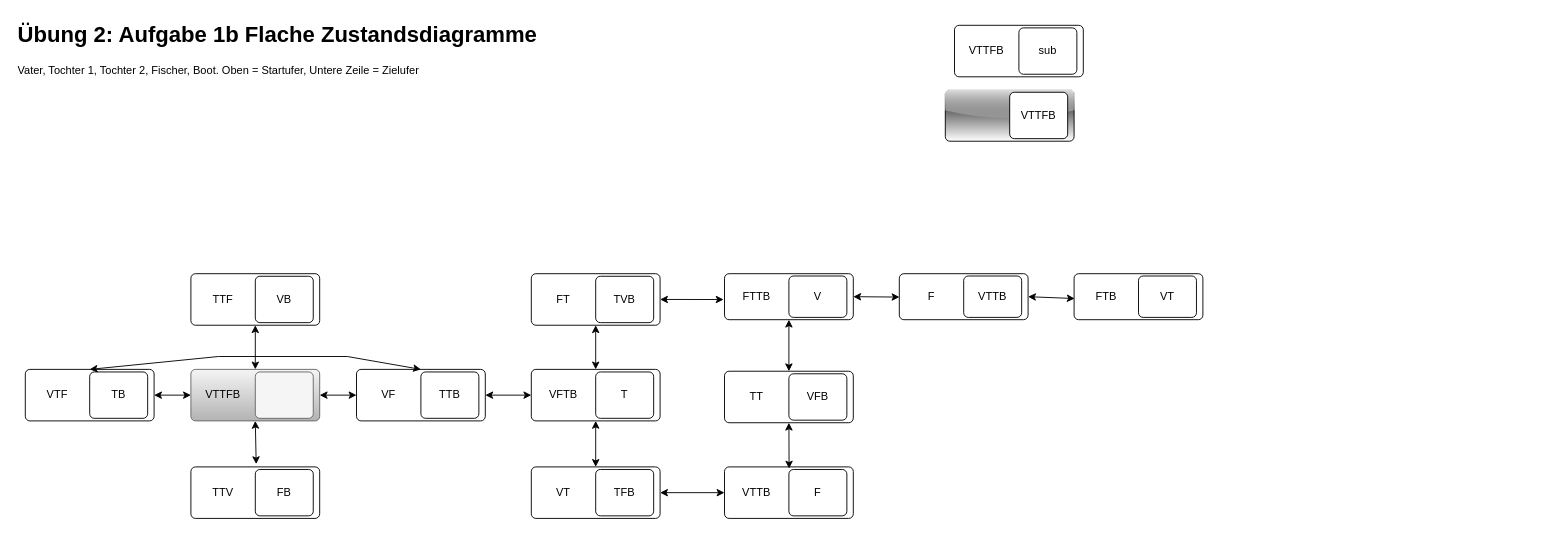
Above: Uebungen/Blatt02/U2A1b.drawio in Chima207/Modellierung-Untertitel (draw.io), before the change. Source tidied: cells renumbered, new cells numbered last; positions are measured from the earlier drawing's top-left corner, leaving out a move shared by most shapes. Both pictures are drawn from the tidied source at 92%, with x=0, y=0 at pixel (16, 16).
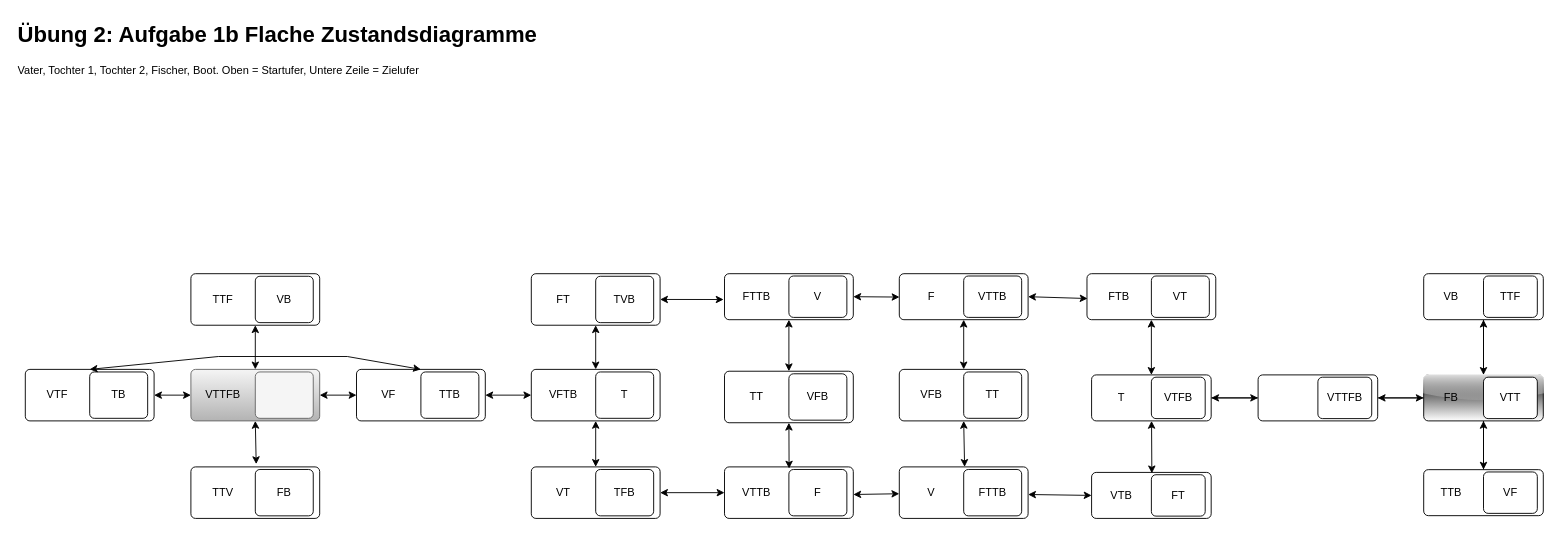
After the change.

Change to the diagram source:
```diff
@@
-    <mxCell id="6" style="rounded=1;absoluteArcSize=1;html=1;arcSize=10;" parent="1" vertex="1">
-      <mxGeometry x="1020" y="10" width="140" height="56" as="geometry" />
-    </mxCell>
-    <mxCell id="7" value="VTTFB" style="html=1;shape=mxgraph.er.anchor;whiteSpace=wrap;" parent="6" vertex="1">
-      <mxGeometry width="70" height="56" as="geometry" />
-    </mxCell>
-    <mxCell id="8" value="sub" style="rounded=1;absoluteArcSize=1;html=1;arcSize=10;whiteSpace=wrap;strokeColor=inherit;fillColor=inherit;" parent="6" vertex="1">
-      <mxGeometry x="70" y="2.8" width="63" height="50.4" as="geometry" />
-    </mxCell>
@@
-    <mxCell id="17" style="rounded=1;absoluteArcSize=1;html=1;arcSize=10;gradientDirection=north;gradientColor=default;fillColor=default;shadow=0;glass=1;" parent="1" vertex="1">
-      <mxGeometry x="1010" y="80" width="140" height="56" as="geometry" />
-    </mxCell>
-    <mxCell id="18" style="html=1;shape=mxgraph.er.anchor;whiteSpace=wrap;" parent="17" vertex="1">
-      <mxGeometry width="70" height="56" as="geometry" />
-    </mxCell>
-    <mxCell id="19" value="VTTFB" style="rounded=1;absoluteArcSize=1;html=1;arcSize=10;whiteSpace=wrap;strokeColor=inherit;fillColor=inherit;" parent="17" vertex="1">
-      <mxGeometry x="70" y="2.8" width="63" height="50.4" as="geometry" />
-    </mxCell>
@@
     <mxCell id="58" style="rounded=1;absoluteArcSize=1;html=1;arcSize=10;" parent="1" vertex="1">
-      <mxGeometry x="1150" y="280" width="140" height="50" as="geometry" />
+      <mxGeometry x="1164" y="280" width="140" height="50" as="geometry" />
     </mxCell>
@@
+    <mxCell id="62" style="rounded=1;absoluteArcSize=1;html=1;arcSize=10;" parent="1" vertex="1">
+      <mxGeometry x="960" y="490" width="140" height="56" as="geometry" />
+    </mxCell>
+    <mxCell id="63" value="V" style="html=1;shape=mxgraph.er.anchor;whiteSpace=wrap;" parent="62" vertex="1">
+      <mxGeometry width="70" height="56" as="geometry" />
+    </mxCell>
+    <mxCell id="64" value="FTTB" style="rounded=1;absoluteArcSize=1;html=1;arcSize=10;whiteSpace=wrap;strokeColor=inherit;fillColor=inherit;" parent="62" vertex="1">
+      <mxGeometry x="70" y="2.8" width="63" height="50.4" as="geometry" />
+    </mxCell>
+    <mxCell id="65" style="endArrow=classic;startArrow=classic;html=1;rounded=0;exitX=0;exitY=0.5;exitDx=0;exitDy=0;" parent="62" edge="1" source="72">
+      <mxGeometry relative="1" as="geometry">
+        <mxPoint x="140" y="30" as="targetPoint" />
+      </mxGeometry>
+    </mxCell>
+    <mxCell id="66" style="endArrow=classic;startArrow=classic;html=1;rounded=0;" parent="1" edge="1" target="62">
+      <mxGeometry relative="1" as="geometry">
+        <mxPoint x="910" y="520" as="sourcePoint" />
+      </mxGeometry>
+    </mxCell>
+    <mxCell id="67" style="rounded=1;absoluteArcSize=1;html=1;arcSize=10;" parent="1" vertex="1">
+      <mxGeometry x="960" y="384" width="140" height="56" as="geometry" />
+    </mxCell>
+    <mxCell id="68" value="VFB" style="html=1;shape=mxgraph.er.anchor;whiteSpace=wrap;" parent="67" vertex="1">
+      <mxGeometry width="70" height="56" as="geometry" />
+    </mxCell>
+    <mxCell id="69" value="TT" style="rounded=1;absoluteArcSize=1;html=1;arcSize=10;whiteSpace=wrap;strokeColor=inherit;fillColor=inherit;" parent="67" vertex="1">
+      <mxGeometry x="70" y="2.8" width="63" height="50.4" as="geometry" />
+    </mxCell>
+    <mxCell id="70" style="endArrow=classic;startArrow=classic;html=1;rounded=0;exitX=0.5;exitY=0;exitDx=0;exitDy=0;" parent="1" edge="1" source="67">
+      <mxGeometry relative="1" as="geometry">
+        <mxPoint x="1030" y="330" as="targetPoint" />
+      </mxGeometry>
+    </mxCell>
+    <mxCell id="71" style="endArrow=classic;startArrow=classic;html=1;rounded=0;exitX=1.014;exitY=0;exitDx=0;exitDy=0;exitPerimeter=0;" parent="1" edge="1" source="63">
+      <mxGeometry relative="1" as="geometry">
+        <mxPoint x="1030" y="440" as="targetPoint" />
+      </mxGeometry>
+    </mxCell>
+    <mxCell id="72" style="rounded=1;absoluteArcSize=1;html=1;arcSize=10;" parent="1" vertex="1">
+      <mxGeometry x="1169" y="496" width="130" height="50" as="geometry" />
+    </mxCell>
+    <mxCell id="73" value="VTB" style="html=1;shape=mxgraph.er.anchor;whiteSpace=wrap;" parent="72" vertex="1">
+      <mxGeometry width="65" height="50" as="geometry" />
+    </mxCell>
+    <mxCell id="74" value="FT" style="rounded=1;absoluteArcSize=1;html=1;arcSize=10;whiteSpace=wrap;strokeColor=inherit;fillColor=inherit;" parent="72" vertex="1">
+      <mxGeometry x="65" y="2.5" width="58.5" height="45" as="geometry" />
+    </mxCell>
+    <mxCell id="75" style="edgeStyle=orthogonalEdgeStyle;rounded=0;jettySize=auto;html=1;entryX=0;entryY=0.5;entryDx=0;entryDy=0;" parent="1" edge="1" source="76" target="83">
+      <mxGeometry relative="1" as="geometry" />
+    </mxCell>
+    <mxCell id="76" style="rounded=1;absoluteArcSize=1;html=1;arcSize=10;" parent="1" vertex="1">
+      <mxGeometry x="1169" y="390" width="130" height="50" as="geometry" />
+    </mxCell>
+    <mxCell id="77" value="T" style="html=1;shape=mxgraph.er.anchor;whiteSpace=wrap;" parent="76" vertex="1">
+      <mxGeometry width="65" height="50" as="geometry" />
+    </mxCell>
+    <mxCell id="78" value="VTFB" style="rounded=1;absoluteArcSize=1;html=1;arcSize=10;whiteSpace=wrap;strokeColor=inherit;fillColor=inherit;" parent="76" vertex="1">
+      <mxGeometry x="65" y="2.5" width="58.5" height="45" as="geometry" />
+    </mxCell>
+    <mxCell id="79" style="endArrow=classic;startArrow=classic;html=1;rounded=0;exitX=1.008;exitY=0.02;exitDx=0;exitDy=0;exitPerimeter=0;" parent="1" edge="1" source="73" target="76">
+      <mxGeometry relative="1" as="geometry" />
+    </mxCell>
+    <mxCell id="80" style="endArrow=classic;startArrow=classic;html=1;rounded=0;exitX=0.5;exitY=0;exitDx=0;exitDy=0;entryX=0.5;entryY=1;entryDx=0;entryDy=0;" parent="1" edge="1" source="76" target="58">
+      <mxGeometry relative="1" as="geometry" />
+    </mxCell>
+    <mxCell id="81" style="edgeStyle=orthogonalEdgeStyle;rounded=0;jettySize=auto;html=1;entryX=1;entryY=0.5;entryDx=0;entryDy=0;" parent="1" edge="1" source="83" target="76">
+      <mxGeometry relative="1" as="geometry" />
+    </mxCell>
+    <mxCell id="82" style="edgeStyle=orthogonalEdgeStyle;rounded=0;jettySize=auto;html=1;entryX=0;entryY=0.5;entryDx=0;entryDy=0;" parent="1" edge="1" source="83" target="88">
+      <mxGeometry relative="1" as="geometry" />
+    </mxCell>
+    <mxCell id="83" style="rounded=1;absoluteArcSize=1;html=1;arcSize=10;" parent="1" vertex="1">
+      <mxGeometry x="1350" y="390" width="130" height="50" as="geometry" />
+    </mxCell>
+    <mxCell id="84" style="html=1;shape=mxgraph.er.anchor;whiteSpace=wrap;" parent="83" vertex="1">
+      <mxGeometry width="65" height="50" as="geometry" />
+    </mxCell>
+    <mxCell id="19" value="VTTFB" style="rounded=1;absoluteArcSize=1;html=1;arcSize=10;whiteSpace=wrap;strokeColor=inherit;fillColor=inherit;" parent="83" vertex="1">
+      <mxGeometry x="65" y="2.5" width="58.5" height="45" as="geometry" />
+    </mxCell>
+    <mxCell id="85" style="edgeStyle=orthogonalEdgeStyle;rounded=0;jettySize=auto;html=1;entryX=1;entryY=0.5;entryDx=0;entryDy=0;" parent="1" edge="1" source="88" target="83">
+      <mxGeometry relative="1" as="geometry" />
+    </mxCell>
+    <mxCell id="86" style="edgeStyle=orthogonalEdgeStyle;rounded=0;jettySize=auto;html=1;entryX=0.5;entryY=1;entryDx=0;entryDy=0;" parent="1" edge="1" source="88" target="93">
+      <mxGeometry relative="1" as="geometry" />
+    </mxCell>
+    <mxCell id="87" style="edgeStyle=orthogonalEdgeStyle;rounded=0;jettySize=auto;html=1;entryX=0.5;entryY=0;entryDx=0;entryDy=0;" parent="1" edge="1" source="88" target="98">
+      <mxGeometry relative="1" as="geometry" />
+    </mxCell>
+    <mxCell id="88" style="rounded=1;absoluteArcSize=1;html=1;arcSize=10;glass=1;gradientColor=default;gradientDirection=north;" parent="1" vertex="1">
+      <mxGeometry x="1530" y="390" width="130" height="50" as="geometry" />
+    </mxCell>
+    <mxCell id="89" style="html=1;shape=mxgraph.er.anchor;whiteSpace=wrap;" parent="88" vertex="1">
+      <mxGeometry width="65" height="50" as="geometry" />
+    </mxCell>
+    <mxCell id="90" value="VTT" style="rounded=1;absoluteArcSize=1;html=1;arcSize=10;whiteSpace=wrap;strokeColor=inherit;fillColor=inherit;" parent="88" vertex="1">
+      <mxGeometry x="65" y="2.5" width="58.5" height="45" as="geometry" />
+    </mxCell>
+    <mxCell id="91" value="FB" style="text;html=1;align=center;verticalAlign=middle;whiteSpace=wrap;rounded=0;" parent="88" vertex="1">
+      <mxGeometry y="10" width="60" height="30" as="geometry" />
+    </mxCell>
+    <mxCell id="92" style="edgeStyle=orthogonalEdgeStyle;rounded=0;jettySize=auto;html=1;entryX=0.5;entryY=0;entryDx=0;entryDy=0;" parent="1" edge="1" source="93" target="88">
+      <mxGeometry relative="1" as="geometry" />
+    </mxCell>
+    <mxCell id="93" style="rounded=1;absoluteArcSize=1;html=1;arcSize=10;" parent="1" vertex="1">
+      <mxGeometry x="1530" y="280" width="130" height="50" as="geometry" />
+    </mxCell>
+    <mxCell id="94" style="html=1;shape=mxgraph.er.anchor;whiteSpace=wrap;" parent="93" vertex="1">
+      <mxGeometry width="65" height="50" as="geometry" />
+    </mxCell>
+    <mxCell id="95" value="TTF" style="rounded=1;absoluteArcSize=1;html=1;arcSize=10;whiteSpace=wrap;strokeColor=inherit;fillColor=inherit;" parent="93" vertex="1">
+      <mxGeometry x="65" y="2.5" width="58.5" height="45" as="geometry" />
+    </mxCell>
+    <mxCell id="96" value="VB" style="text;html=1;align=center;verticalAlign=middle;whiteSpace=wrap;rounded=0;" parent="93" vertex="1">
+      <mxGeometry y="10" width="60" height="30" as="geometry" />
+    </mxCell>
+    <mxCell id="97" style="edgeStyle=orthogonalEdgeStyle;rounded=0;jettySize=auto;html=1;entryX=0.5;entryY=1;entryDx=0;entryDy=0;" parent="1" edge="1" source="98" target="88">
+      <mxGeometry relative="1" as="geometry" />
+    </mxCell>
+    <mxCell id="98" style="rounded=1;absoluteArcSize=1;html=1;arcSize=10;" parent="1" vertex="1">
+      <mxGeometry x="1530" y="493" width="130" height="50" as="geometry" />
+    </mxCell>
+    <mxCell id="99" style="html=1;shape=mxgraph.er.anchor;whiteSpace=wrap;" parent="98" vertex="1">
+      <mxGeometry width="65" height="50" as="geometry" />
+    </mxCell>
+    <mxCell id="100" value="VF" style="rounded=1;absoluteArcSize=1;html=1;arcSize=10;whiteSpace=wrap;strokeColor=inherit;fillColor=inherit;" parent="98" vertex="1">
+      <mxGeometry x="65" y="2.5" width="58.5" height="45" as="geometry" />
+    </mxCell>
+    <mxCell id="101" value="TTB" style="text;html=1;align=center;verticalAlign=middle;whiteSpace=wrap;rounded=0;" parent="98" vertex="1">
+      <mxGeometry y="10" width="60" height="30" as="geometry" />
+    </mxCell>
```
